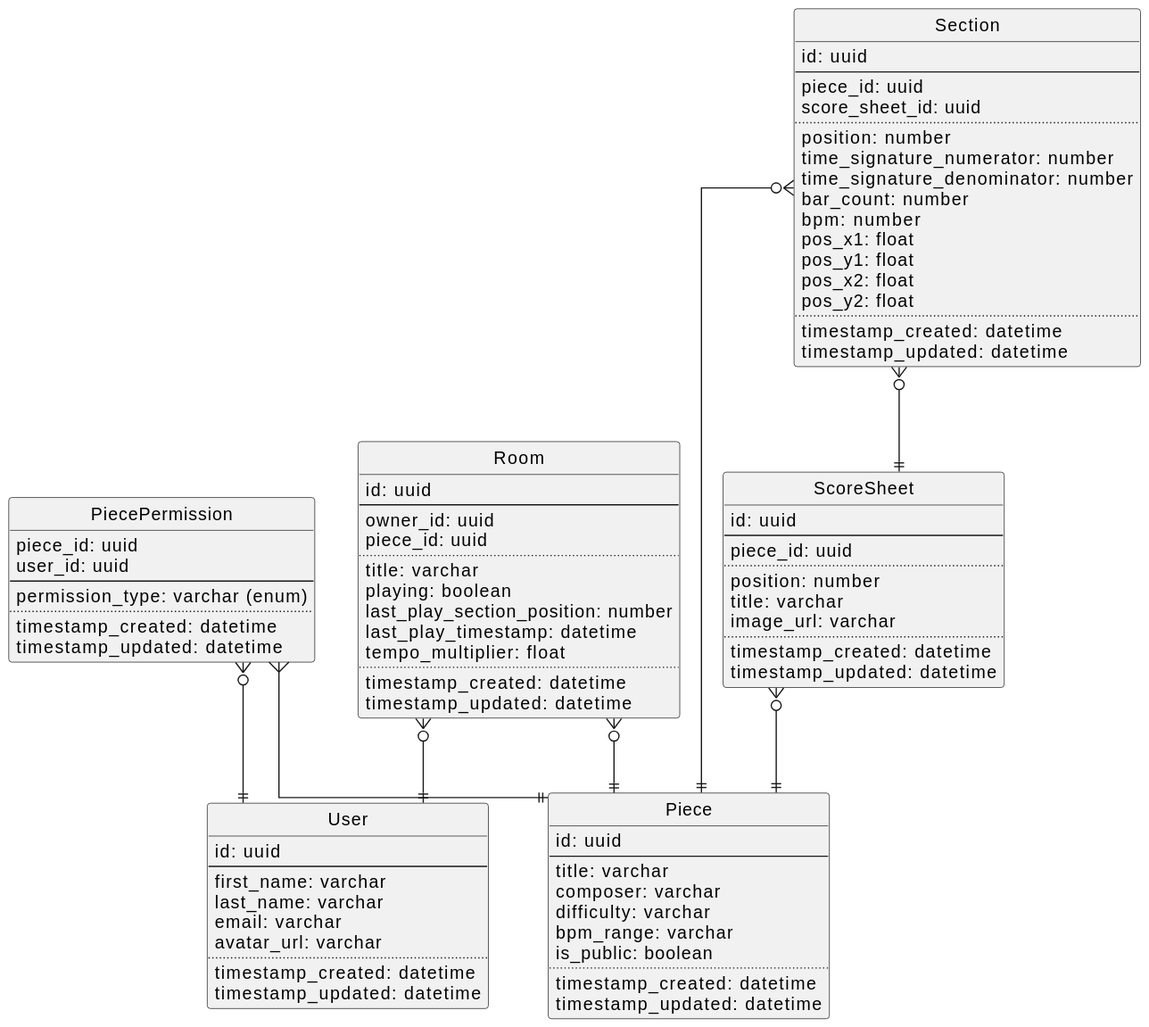
Earlier version of the PlantUML export docs/assets/diagrams/database-diagram.svg (rafaelurben/sheetmusic-learner).
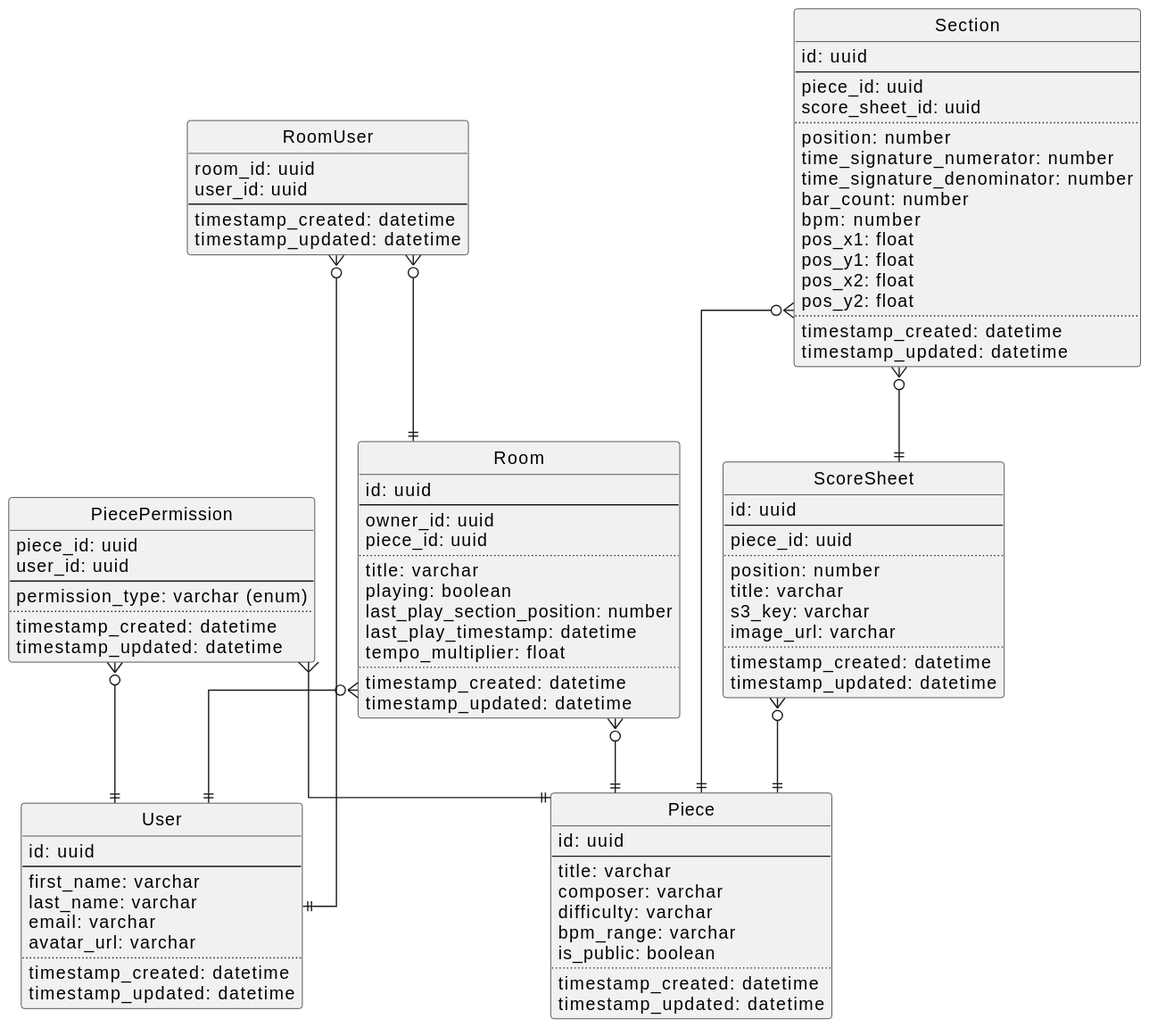
Later version of the same file.

Commit message:
feat: Keep track of room users

Diff of the diagram source:
```diff
@@ -35,6 +35,7 @@
   ..
   position: number
   title: varchar
+  s3_key: varchar
   image_url: varchar
   ..
   timestamp_created: datetime
@@ -87,6 +88,14 @@
   timestamp_updated: datetime
 }
 
+entity "RoomUser" as roomuser {
+  room_id: uuid
+  user_id: uuid
+  --
+  timestamp_created: datetime
+  timestamp_updated: datetime
+}
+
 scoresheet }o--|| piece
 section }o--|| piece
 section }o--|| scoresheet
@@ -94,4 +103,6 @@
 piecepermission }--|| piece
 room }o--|| user
 room }o--|| piece
+roomuser }o--|| room
+roomuser }o--|| user
 @enduml
```
